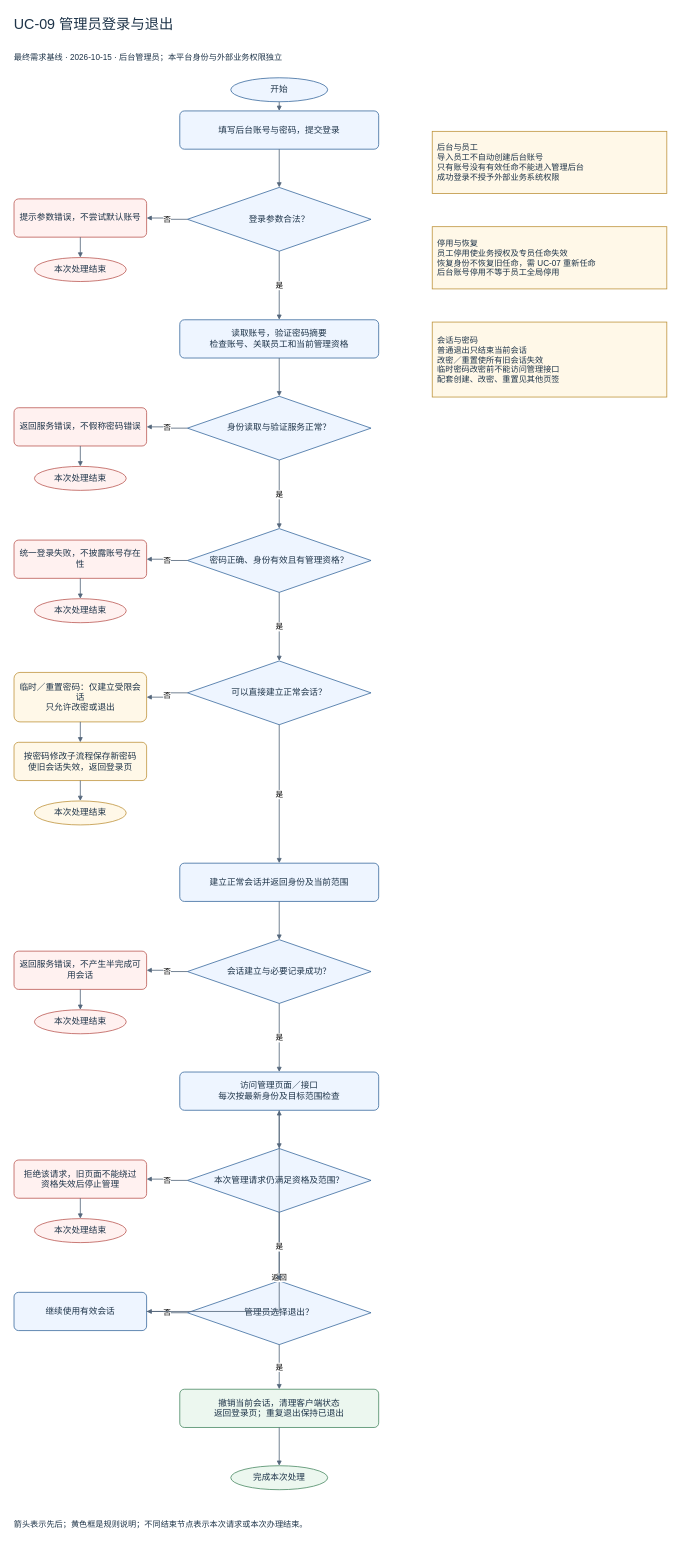
Noah-hope/RBAC-admin keeps this draw.io diagram as page "UC-09 管理员登录与退出" (1 of 5) of docs/flows-v1/UC-09_管理员登录与退出_流程图.drawio. Above is the earlier version. Source tidied: cells renumbered, new cells numbered last; positions are measured from the earlier drawing's top-left corner, leaving out a move shared by most shapes. Both pictures are drawn from the tidied source at 51%, with x=0, y=0 at pixel (9, 9).
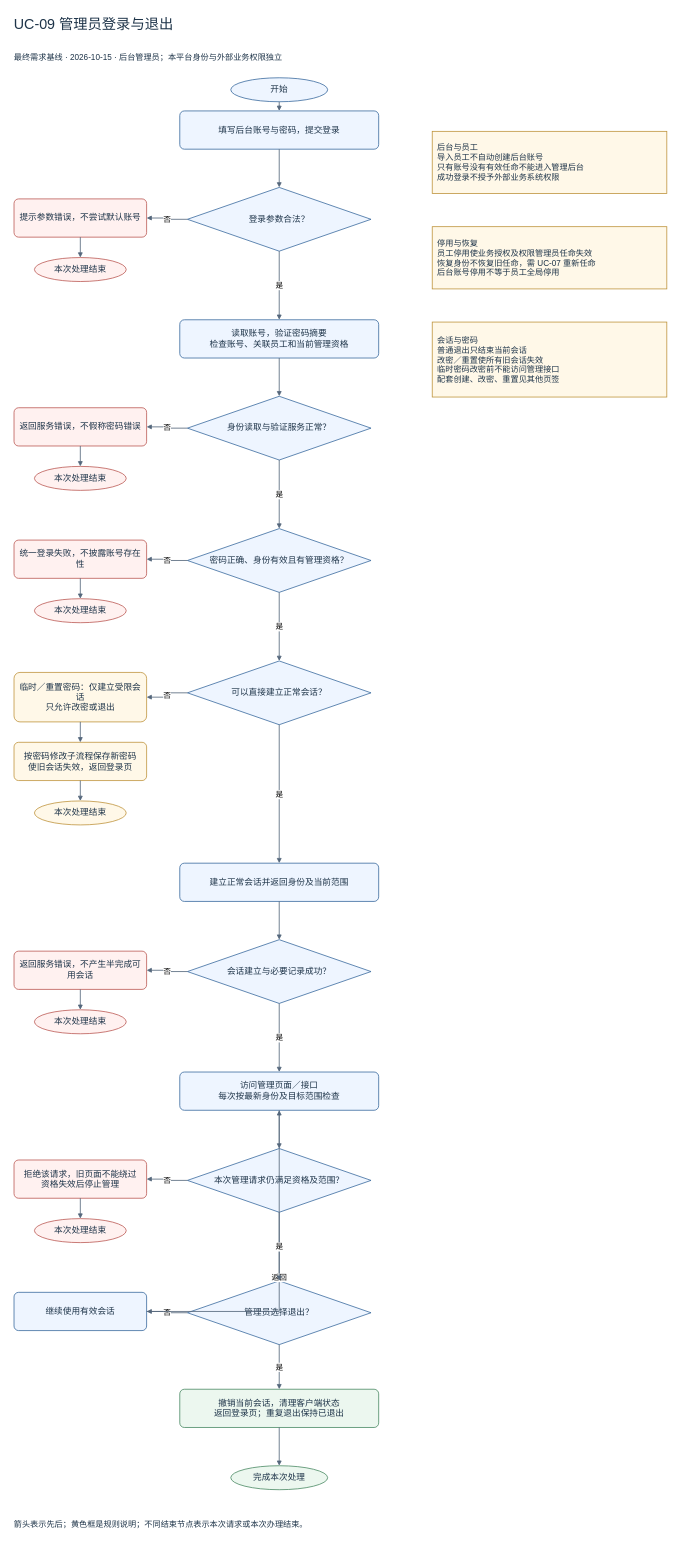
After the change.

What changed in the source:
```diff
@@
-    <mxCell id="33" value="停用与恢复&lt;br&gt;员工停用使业务授权及专员任命失效&lt;br&gt;恢复身份不恢复旧任命，需 UC-07 重新任命&lt;br&gt;后台账号停用不等于员工全局停用" style="rounded=0;html=1;whiteSpace=wrap;fontFamily=Microsoft YaHei;fontSize=17;fontColor=#1e3449;align=center;verticalAlign=middle;spacing=10;fillColor=#fff8e8;strokeColor=#bc9036;strokeWidth=1.5;align=left;fontSize=16;" parent="1" vertex="1">
+    <mxCell id="33" value="停用与恢复&lt;br&gt;员工停用使业务授权及权限管理员任命失效&lt;br&gt;恢复身份不恢复旧任命，需 UC-07 重新任命&lt;br&gt;后台账号停用不等于员工全局停用" style="rounded=0;html=1;whiteSpace=wrap;fontFamily=Microsoft YaHei;fontSize=17;fontColor=#1e3449;align=center;verticalAlign=middle;spacing=10;fillColor=#fff8e8;strokeColor=#bc9036;strokeWidth=1.5;align=left;fontSize=16;" parent="1" vertex="1">
       <mxGeometry x="830" y="427" width="460" height="122" as="geometry" />
     </mxCell>
```
